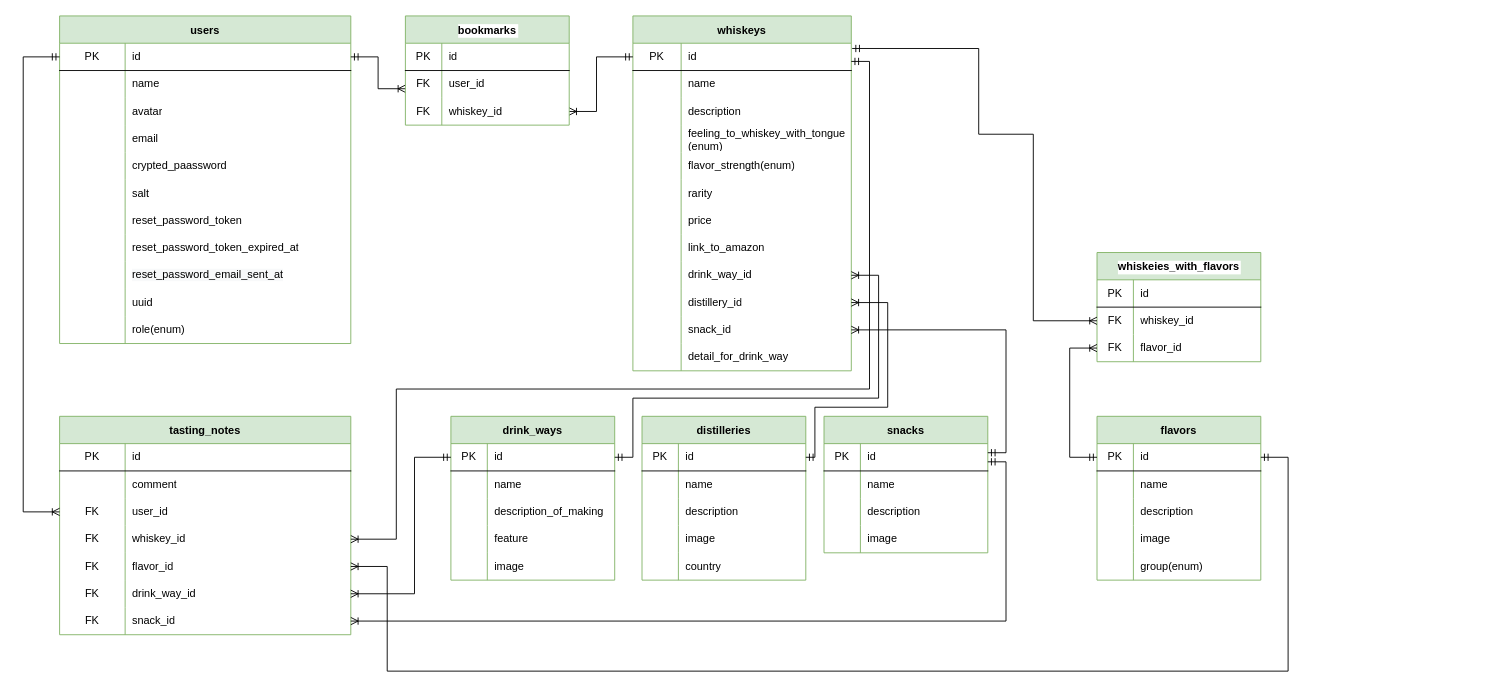
Above: Untitled Diagram.drawio in tarakish/whiskey_database (draw.io), before the change. Source tidied: cells renumbered, new cells numbered last; positions are measured from the earlier drawing's top-left corner, leaving out a move shared by most shapes. Both pictures are drawn from the tidied source at 91%, with x=0, y=0 at pixel (23, 15).
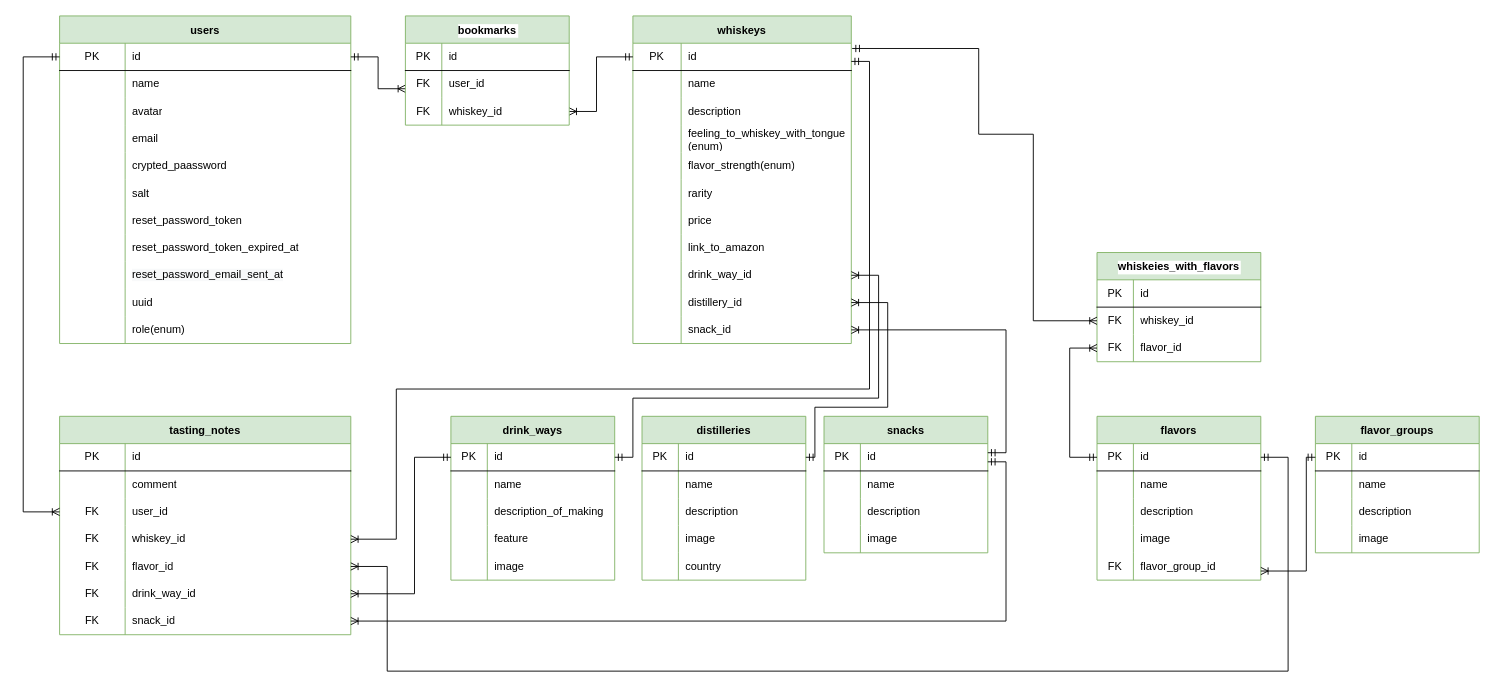
Above is the later version.

The change refers to these unchanged cells:
```xml
<mxCell id="50" style="shape=partialRectangle;html=1;whiteSpace=wrap;fillColor=none;top=0;left=0;bottom=0;right=0;" parent="37" vertex="1">
  <mxGeometry y="150" width="180" height="30" as="geometry" />
</mxCell>
```

What changed in the source:
```diff
@@
-    <mxCell id="51" style="shape=partialRectangle;html=1;whiteSpace=wrap;fillColor=none;top=0;left=0;bottom=0;right=0;overflow=hidden;" parent="50" vertex="1">
+    <mxCell id="51" value="FK" style="shape=partialRectangle;html=1;whiteSpace=wrap;fillColor=none;top=0;left=0;bottom=0;right=0;overflow=hidden;" parent="50" vertex="1">
       <mxGeometry width="40" height="30" as="geometry" />
     </mxCell>
-    <mxCell id="52" value="group(enum)" style="shape=partialRectangle;html=1;whiteSpace=wrap;fillColor=none;top=0;left=0;bottom=0;right=0;align=left;spacingLeft=6;overflow=hidden;" parent="50" vertex="1">
+    <mxCell id="52" value="flavor_group_id" style="shape=partialRectangle;html=1;whiteSpace=wrap;fillColor=none;top=0;left=0;bottom=0;right=0;align=left;spacingLeft=6;overflow=hidden;" parent="50" vertex="1">
       <mxGeometry x="40" width="140" height="30" as="geometry" />
     </mxCell>
     <mxCell id="53" value="whiskeys" style="shape=table;startSize=30;childLayout=tableLayout;rowLines=0;fontStyle=1;align=center;fillColor=#d5e8d4;strokeColor=#82b366;" parent="1" vertex="1">
-      <mxGeometry x="670" width="240" height="390" as="geometry" />
+      <mxGeometry x="670" width="240" height="360" as="geometry" />
     </mxCell>
@@
-    <mxCell id="87" style="shape=partialRectangle;html=1;whiteSpace=wrap;fillColor=none;top=0;left=0;bottom=0;right=0;" parent="53" vertex="1">
-      <mxGeometry y="360" width="240" height="30" as="geometry" />
-    </mxCell>
-    <mxCell id="88" style="shape=partialRectangle;html=1;whiteSpace=wrap;fillColor=none;top=0;left=0;bottom=0;right=0;overflow=hidden;" parent="87" vertex="1">
-      <mxGeometry width="53" height="30" as="geometry" />
-    </mxCell>
-    <mxCell id="89" value="detail_for_drink_way" style="shape=partialRectangle;html=1;whiteSpace=wrap;fillColor=none;top=0;left=0;bottom=0;right=0;align=left;spacingLeft=6;overflow=hidden;" parent="87" vertex="1">
-      <mxGeometry x="53" width="187" height="30" as="geometry" />
-    </mxCell>
@@
+    <mxCell id="188" value="flavor_groups" style="shape=table;startSize=30;childLayout=tableLayout;rowLines=0;fontStyle=1;align=center;fillColor=#d5e8d4;strokeColor=#82b366;" parent="1" vertex="1">
+      <mxGeometry x="1420" y="440" width="180" height="150" as="geometry" />
+    </mxCell>
+    <mxCell id="189" style="shape=partialRectangle;html=1;whiteSpace=wrap;fillColor=none;top=0;left=0;bottom=1;right=0;" parent="188" vertex="1">
+      <mxGeometry y="30" width="180" height="30" as="geometry" />
+    </mxCell>
+    <mxCell id="190" value="PK" style="shape=partialRectangle;html=1;whiteSpace=wrap;fillColor=none;top=0;left=0;bottom=0;right=0;overflow=hidden;" parent="189" vertex="1">
+      <mxGeometry width="40" height="30" as="geometry" />
+    </mxCell>
+    <mxCell id="191" value="id" style="shape=partialRectangle;html=1;whiteSpace=wrap;fillColor=none;top=0;left=0;bottom=0;right=0;align=left;spacingLeft=6;overflow=hidden;" parent="189" vertex="1">
+      <mxGeometry x="40" width="140" height="30" as="geometry" />
+    </mxCell>
+    <mxCell id="192" style="shape=partialRectangle;html=1;whiteSpace=wrap;fillColor=none;top=0;left=0;bottom=0;right=0;" parent="188" vertex="1">
+      <mxGeometry y="60" width="180" height="30" as="geometry" />
+    </mxCell>
+    <mxCell id="193" style="shape=partialRectangle;html=1;whiteSpace=wrap;fillColor=none;top=0;left=0;bottom=0;right=0;overflow=hidden;" parent="192" vertex="1">
+      <mxGeometry width="40" height="30" as="geometry" />
+    </mxCell>
+    <mxCell id="194" value="name" style="shape=partialRectangle;html=1;whiteSpace=wrap;fillColor=none;top=0;left=0;bottom=0;right=0;align=left;spacingLeft=6;overflow=hidden;" parent="192" vertex="1">
+      <mxGeometry x="40" width="140" height="30" as="geometry" />
+    </mxCell>
+    <mxCell id="195" style="shape=partialRectangle;html=1;whiteSpace=wrap;fillColor=none;top=0;left=0;bottom=0;right=0;" parent="188" vertex="1">
+      <mxGeometry y="90" width="180" height="30" as="geometry" />
+    </mxCell>
+    <mxCell id="196" style="shape=partialRectangle;html=1;whiteSpace=wrap;fillColor=none;top=0;left=0;bottom=0;right=0;overflow=hidden;" parent="195" vertex="1">
+      <mxGeometry width="40" height="30" as="geometry" />
+    </mxCell>
+    <mxCell id="197" value="description" style="shape=partialRectangle;html=1;whiteSpace=wrap;fillColor=none;top=0;left=0;bottom=0;right=0;align=left;spacingLeft=6;overflow=hidden;" parent="195" vertex="1">
+      <mxGeometry x="40" width="140" height="30" as="geometry" />
+    </mxCell>
+    <mxCell id="198" style="shape=partialRectangle;html=1;whiteSpace=wrap;fillColor=none;top=0;left=0;bottom=0;right=0;" parent="188" vertex="1">
+      <mxGeometry y="120" width="180" height="30" as="geometry" />
+    </mxCell>
+    <mxCell id="199" style="shape=partialRectangle;html=1;whiteSpace=wrap;fillColor=none;top=0;left=0;bottom=0;right=0;overflow=hidden;" parent="198" vertex="1">
+      <mxGeometry width="40" height="30" as="geometry" />
+    </mxCell>
+    <mxCell id="200" value="image" style="shape=partialRectangle;html=1;whiteSpace=wrap;fillColor=none;top=0;left=0;bottom=0;right=0;align=left;spacingLeft=6;overflow=hidden;" parent="198" vertex="1">
+      <mxGeometry x="40" width="140" height="30" as="geometry" />
+    </mxCell>
+    <mxCell id="201" style="edgeStyle=orthogonalEdgeStyle;fontSize=12;html=1;endArrow=ERoneToMany;startArrow=ERmandOne;rounded=0;" parent="1" edge="1">
+      <mxGeometry relative="1" as="geometry">
+        <mxPoint x="1420" y="485" as="sourcePoint" />
+        <mxPoint x="1360" y="610" as="targetPoint" />
+        <Array as="points">
+          <mxPoint x="1410" y="485" />
+          <mxPoint x="1410" y="610" />
+        </Array>
+      </mxGeometry>
+    </mxCell>
```
